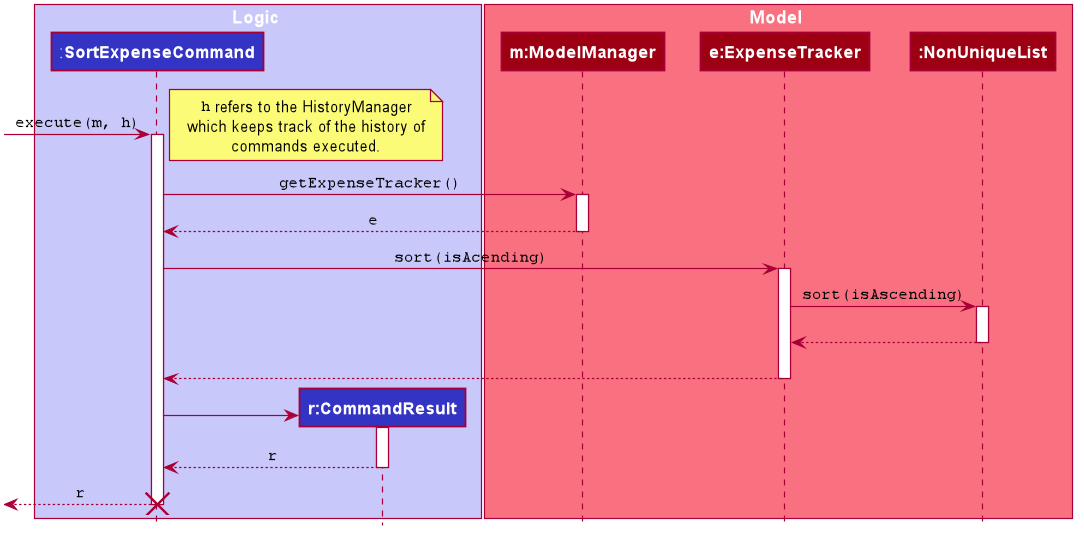
Before: docs/images/SortExpenseSD.png, a diagram exported from PlantUML (yanlynnnnn/tp).
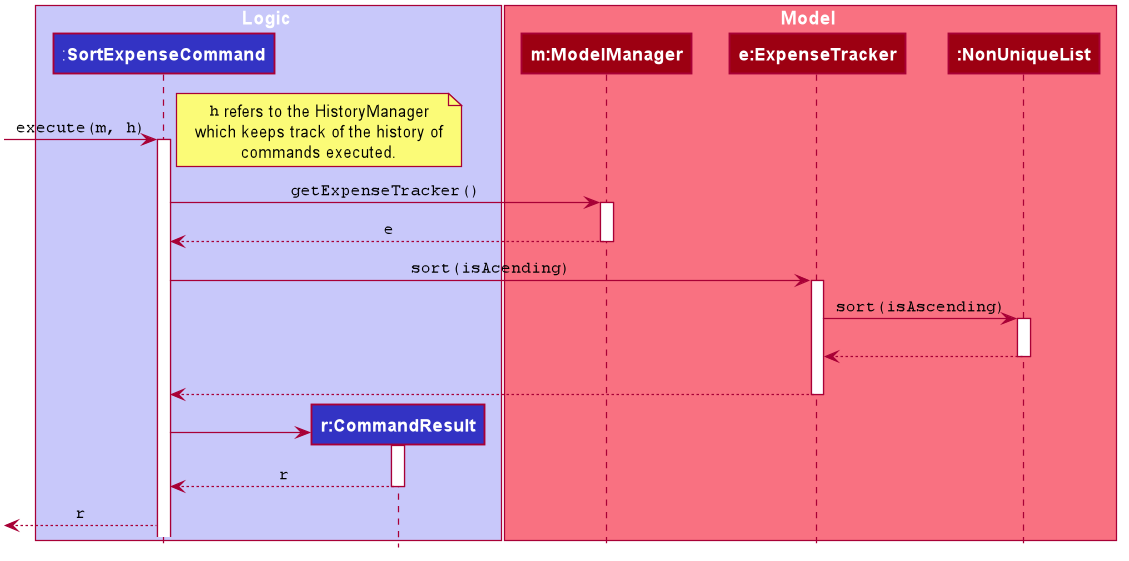
After the change.

What changed in the source:
```diff
@@ -91,8 +91,6 @@
 deactivate CommandResult
 
 [<-- SortExpenseCommand: ""r""
-destroy SortExpenseCommand
-
 
 
 @enduml
```
